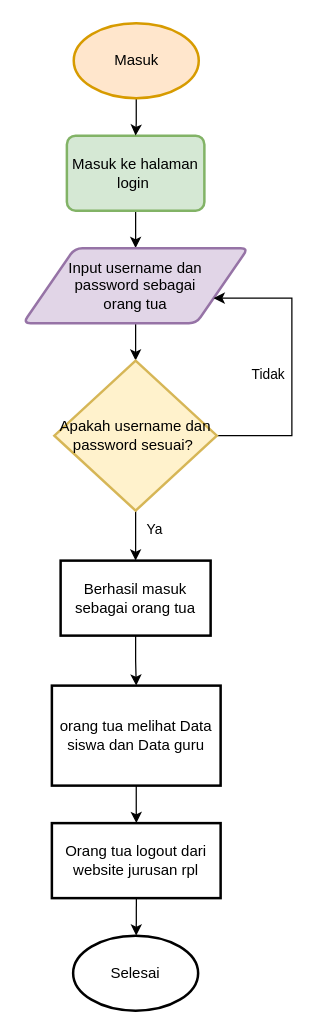
The draw.io diagram page "orang tua" (6 of 6) of flowchart ukom.drawio in wnzyy/website, before the edit. Source tidied: cells renumbered, new cells numbered last; positions are measured from the earlier drawing's top-left corner, leaving out a move shared by most shapes. Both pictures are drawn from the tidied source at 125%, with x=0, y=0 at pixel (22, 22).
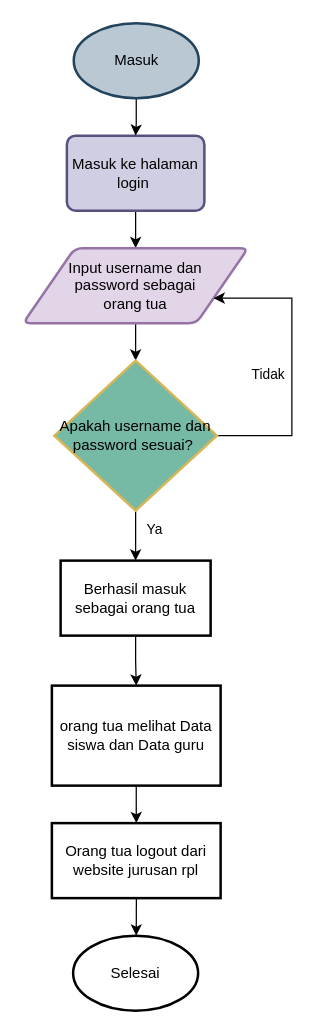
The same page after the edit.

What changed in the source:
```diff
@@
-    <mxCell id="3" value="Masuk ke halaman login&amp;nbsp;" style="rounded=1;whiteSpace=wrap;html=1;absoluteArcSize=1;arcSize=14;strokeWidth=2;fillColor=#d5e8d4;strokeColor=#82b366;" parent="1" vertex="1">
+    <mxCell id="3" value="Masuk ke halaman login&amp;nbsp;" style="rounded=1;whiteSpace=wrap;html=1;absoluteArcSize=1;arcSize=14;strokeWidth=2;fillColor=#d0cee2;strokeColor=#56517e;" parent="1" vertex="1">
       <mxGeometry x="35" y="90" width="110" height="60" as="geometry" />
     </mxCell>
@@
-    <mxCell id="9" value="Apakah username dan password sesuai?&amp;nbsp;" style="strokeWidth=2;html=1;shape=mxgraph.flowchart.decision;whiteSpace=wrap;direction=south;fillColor=#fff2cc;strokeColor=#d6b656;" parent="1" vertex="1">
+    <mxCell id="9" value="Apakah username dan password sesuai?&amp;nbsp;" style="strokeWidth=2;html=1;shape=mxgraph.flowchart.decision;whiteSpace=wrap;direction=south;fillColor=#76B9A5;strokeColor=#d6b656;" parent="1" vertex="1">
       <mxGeometry x="25" y="270" width="130" height="120" as="geometry" />
     </mxCell>
@@
-    <mxCell id="16" value="Masuk" style="strokeWidth=2;html=1;shape=mxgraph.flowchart.start_1;whiteSpace=wrap;fillColor=#ffe6cc;strokeColor=#d79b00;" parent="1" vertex="1">
+    <mxCell id="16" value="Masuk" style="strokeWidth=2;html=1;shape=mxgraph.flowchart.start_1;whiteSpace=wrap;fillColor=#bac8d3;strokeColor=#23445d;" parent="1" vertex="1">
       <mxGeometry x="40.5" width="100" height="60" as="geometry" />
     </mxCell>
```
